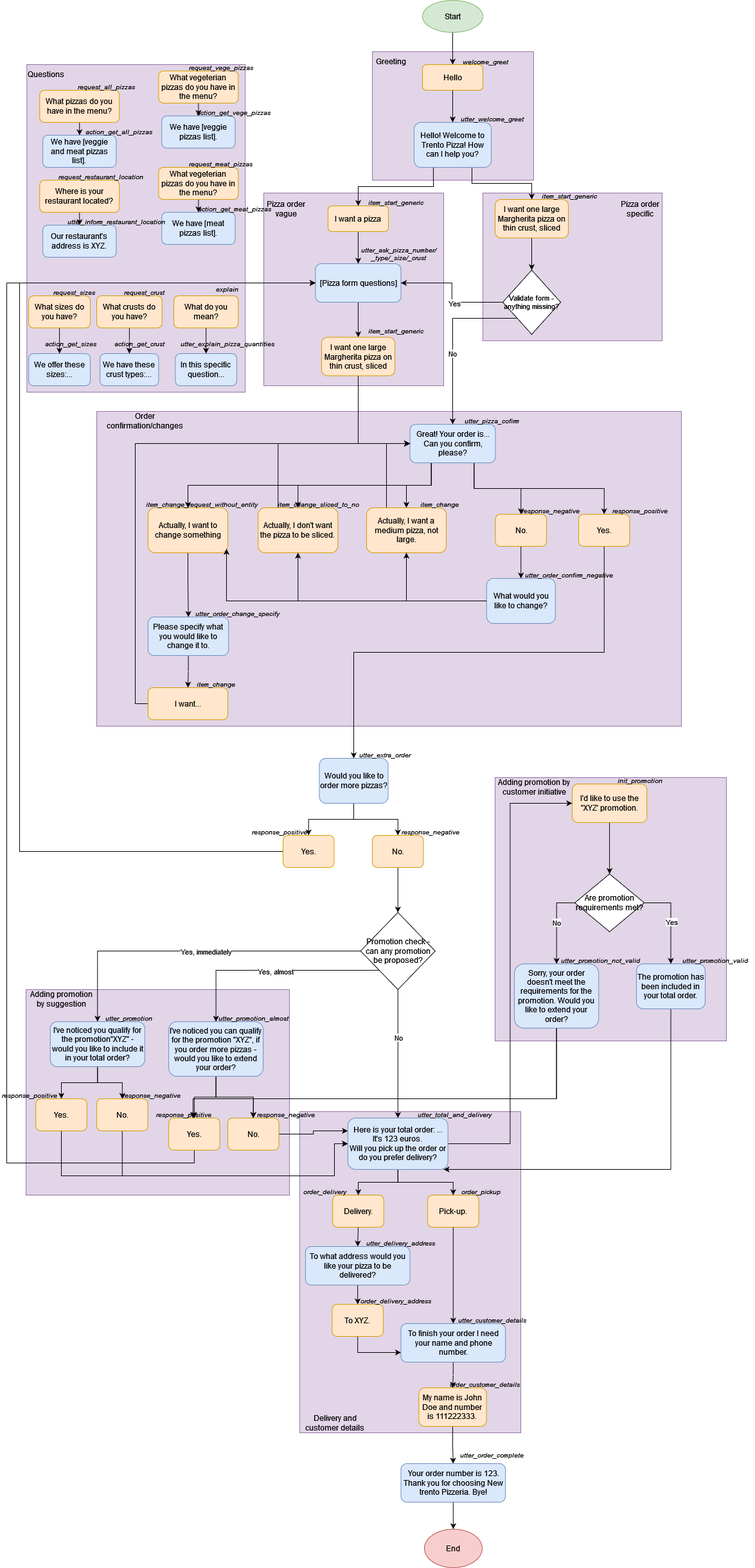
The draw.io diagram HMD-pizza-flow.png in pasterzewa/HMD-PizzaBot-project, before a commit. Source tidied: cells renumbered, new cells last; positions are measured from the earlier drawing's top-left corner, leaving out a move shared by most shapes.
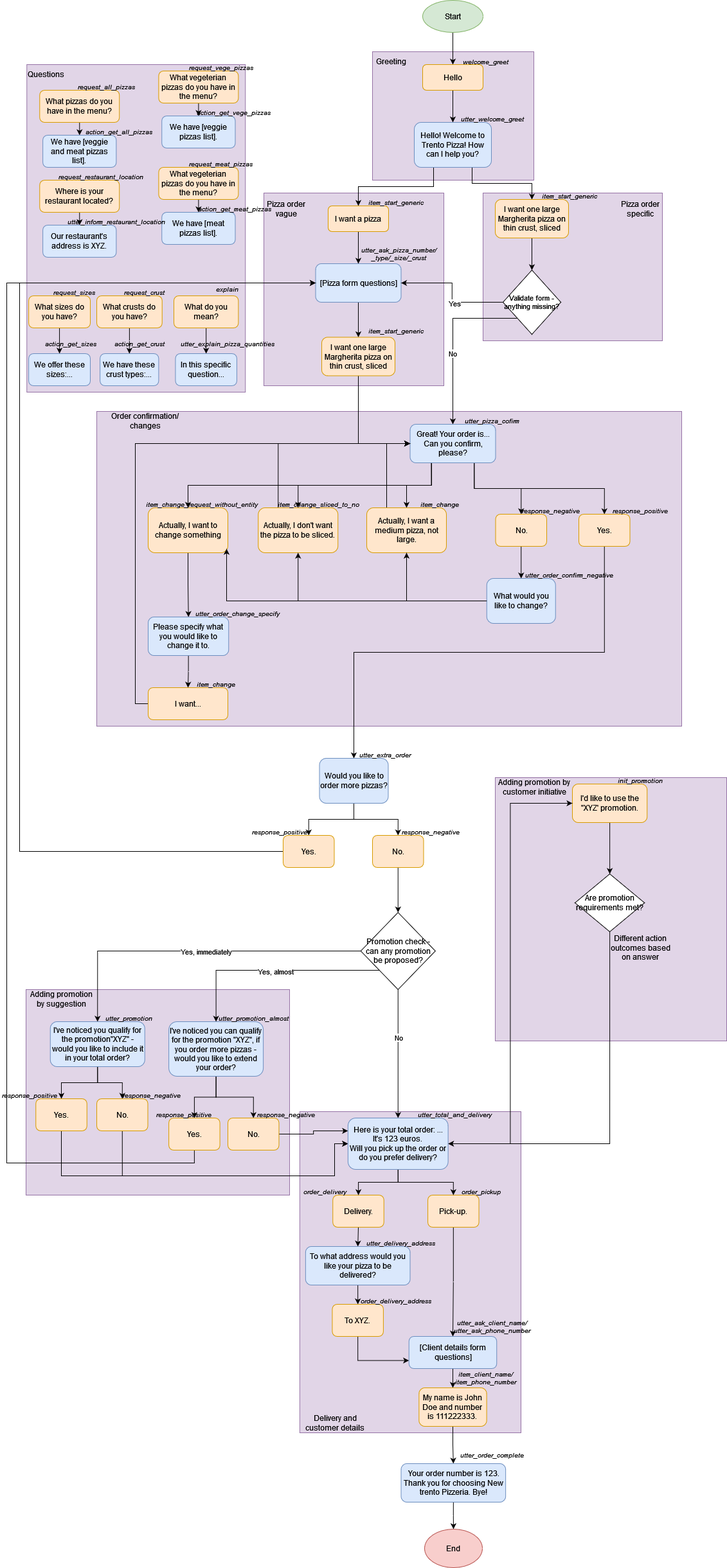
Above is the later version.

The edit, as a diff of the source:
```diff
@@ -360,50 +360,12 @@
     <mxCell id="112" value="I'd like to use the &quot;XYZ' promotion." style="rounded=1;whiteSpace=wrap;html=1;fillColor=#ffe6cc;strokeColor=#d79b00;" parent="1" vertex="1">
       <mxGeometry x="890" y="1220" width="116.2" height="60" as="geometry" />
     </mxCell>
-    <mxCell id="113" style="edgeStyle=orthogonalEdgeStyle;rounded=0;jettySize=auto;html=1;exitX=0;exitY=0.5;exitDx=0;exitDy=0;" parent="1" edge="1" source="117" target="121">
-      <mxGeometry relative="1" as="geometry" />
-    </mxCell>
-    <mxCell id="114" value="No" style="edgeLabel;html=1;align=center;verticalAlign=middle;" parent="113" vertex="1">
-      <mxGeometry x="-0.04" relative="1" as="geometry" />
-    </mxCell>
-    <mxCell id="115" style="edgeStyle=orthogonalEdgeStyle;rounded=0;jettySize=auto;html=1;exitX=1;exitY=0.5;exitDx=0;exitDy=0;entryX=0.5;entryY=0;entryDx=0;entryDy=0;" parent="1" edge="1" source="117" target="119">
-      <mxGeometry relative="1" as="geometry" />
-    </mxCell>
-    <mxCell id="116" value="Yes" style="edgeLabel;html=1;align=center;verticalAlign=middle;" parent="115" vertex="1">
-      <mxGeometry x="0.05" y="1" relative="1" as="geometry" />
-    </mxCell>
+    <mxCell id="191" style="edgeStyle=orthogonalEdgeStyle;rounded=0;jettySize=auto;html=1;exitX=0.5;exitY=1;exitDx=0;exitDy=0;entryX=1;entryY=0.5;entryDx=0;entryDy=0;" parent="1" edge="1" source="117" target="136">
+      <mxGeometry relative="1" as="geometry" />
+    </mxCell>
     <mxCell id="117" value="Are promotion requirements met?" style="rhombus;whiteSpace=wrap;html=1;" parent="1" vertex="1">
       <mxGeometry x="894.1" y="1360" width="108.1" height="90" as="geometry" />
     </mxCell>
-    <mxCell id="118" style="edgeStyle=orthogonalEdgeStyle;rounded=0;jettySize=auto;html=1;exitX=0.5;exitY=1;exitDx=0;exitDy=0;entryX=0.957;entryY=1;entryDx=0;entryDy=0;entryPerimeter=0;" parent="1" edge="1" source="119" target="136">
-      <mxGeometry relative="1" as="geometry">
-        <Array as="points">
-          <mxPoint x="1044" y="1820" />
-        </Array>
-      </mxGeometry>
-    </mxCell>
-    <mxCell id="119" value="The promotion has been included in your total order." style="rounded=1;whiteSpace=wrap;html=1;fillColor=#dae8fc;strokeColor=#6c8ebf;" parent="1" vertex="1">
-      <mxGeometry x="990" y="1500" width="107" height="70" as="geometry" />
-    </mxCell>
-    <mxCell id="120" style="edgeStyle=orthogonalEdgeStyle;rounded=0;jettySize=auto;html=1;exitX=0.5;exitY=1;exitDx=0;exitDy=0;entryX=0.5;entryY=0;entryDx=0;entryDy=0;" parent="1" edge="1" source="121" target="108">
-      <mxGeometry relative="1" as="geometry">
-        <Array as="points">
-          <mxPoint x="866" y="1710" />
-          <mxPoint x="394" y="1710" />
-        </Array>
-      </mxGeometry>
-    </mxCell>
-    <mxCell id="121" value="Sorry, your order doesn't meet the requirements for the promotion. Would you like to extend your order?" style="rounded=1;whiteSpace=wrap;html=1;fillColor=#dae8fc;strokeColor=#6c8ebf;" parent="1" vertex="1">
-      <mxGeometry x="800" y="1500" width="131.2" height="100" as="geometry" />
-    </mxCell>
-    <mxCell id="122" style="edgeStyle=orthogonalEdgeStyle;rounded=0;jettySize=auto;html=1;exitX=0.5;exitY=1;exitDx=0;exitDy=0;entryX=0.658;entryY=0.667;entryDx=0;entryDy=0;entryPerimeter=0;" parent="1" edge="1" source="121" target="109">
-      <mxGeometry relative="1" as="geometry">
-        <Array as="points">
-          <mxPoint x="866" y="1710" />
-          <mxPoint x="300" y="1710" />
-        </Array>
-      </mxGeometry>
-    </mxCell>
     <mxCell id="123" style="edgeStyle=orthogonalEdgeStyle;rounded=0;jettySize=auto;html=1;exitX=0.5;exitY=1;exitDx=0;exitDy=0;entryX=0.5;entryY=0;entryDx=0;entryDy=0;" parent="1" edge="1" source="124" target="128">
       <mxGeometry relative="1" as="geometry" />
     </mxCell>
@@ -431,8 +393,8 @@
     <mxCell id="131" style="edgeStyle=orthogonalEdgeStyle;rounded=0;jettySize=auto;html=1;exitX=0.5;exitY=1;exitDx=0;exitDy=0;entryX=0.5;entryY=0;entryDx=0;entryDy=0;" parent="1" edge="1" source="132" target="138">
       <mxGeometry relative="1" as="geometry" />
     </mxCell>
-    <mxCell id="132" value="To finish your order I need your name and phone number. " style="rounded=1;whiteSpace=wrap;html=1;fillColor=#dae8fc;strokeColor=#6c8ebf;" parent="1" vertex="1">
-      <mxGeometry x="623.5" y="2060" width="162.6" height="60" as="geometry" />
+    <mxCell id="132" value="[Client details form questions]" style="rounded=1;whiteSpace=wrap;html=1;fillColor=#dae8fc;strokeColor=#6c8ebf;" parent="1" vertex="1">
+      <mxGeometry x="635.7" y="2080" width="136.5" height="50" as="geometry" />
     </mxCell>
     <mxCell id="133" style="edgeStyle=orthogonalEdgeStyle;rounded=0;jettySize=auto;html=1;exitX=1;exitY=0.5;exitDx=0;exitDy=0;entryX=0;entryY=0.5;entryDx=0;entryDy=0;" parent="1" edge="1" source="136" target="112">
       <mxGeometry relative="1" as="geometry" />
@@ -464,20 +426,14 @@
     <mxCell id="142" value="init_prormotion" style="text;html=1;strokeColor=none;fillColor=none;align=center;verticalAlign=middle;whiteSpace=wrap;rounded=0;fontSize=10;fontStyle=2;" parent="1" vertex="1">
       <mxGeometry x="950" y="1200" width="91.2" height="30" as="geometry" />
     </mxCell>
-    <mxCell id="143" value="utter_promotion_not_valid" style="text;html=1;strokeColor=none;fillColor=none;align=center;verticalAlign=middle;whiteSpace=wrap;rounded=0;fontSize=10;fontStyle=2;" parent="1" vertex="1">
-      <mxGeometry x="872" y="1480" width="125" height="30" as="geometry" />
-    </mxCell>
-    <mxCell id="144" value="utter_promotion_valid" style="text;html=1;strokeColor=none;fillColor=none;align=center;verticalAlign=middle;whiteSpace=wrap;rounded=0;fontSize=10;fontStyle=2;" parent="1" vertex="1">
-      <mxGeometry x="1050" y="1480" width="125" height="30" as="geometry" />
-    </mxCell>
     <mxCell id="145" value="utter_total_and_delivery" style="text;html=1;strokeColor=none;fillColor=none;align=center;verticalAlign=middle;whiteSpace=wrap;rounded=0;fontSize=10;fontStyle=2;" parent="1" vertex="1">
       <mxGeometry x="645" y="1720" width="125" height="30" as="geometry" />
     </mxCell>
     <mxCell id="146" value="utter_delivery_address" style="text;html=1;strokeColor=none;fillColor=none;align=center;verticalAlign=middle;whiteSpace=wrap;rounded=0;fontSize=10;fontStyle=2;" parent="1" vertex="1">
       <mxGeometry x="560.8" y="1920" width="125" height="30" as="geometry" />
     </mxCell>
-    <mxCell id="147" value="utter_customer_details" style="text;html=1;strokeColor=none;fillColor=none;align=center;verticalAlign=middle;whiteSpace=wrap;rounded=0;fontSize=10;fontStyle=2;" parent="1" vertex="1">
-      <mxGeometry x="703.1" y="2040" width="125" height="30" as="geometry" />
+    <mxCell id="147" value="&lt;div&gt;utter_ask_client_name/utter_ask_phone_number&lt;/div&gt;" style="text;html=1;strokeColor=none;fillColor=none;align=center;verticalAlign=middle;whiteSpace=wrap;rounded=0;fontSize=10;fontStyle=2;" parent="1" vertex="1">
+      <mxGeometry x="703.1" y="2050" width="125" height="30" as="geometry" />
     </mxCell>
     <mxCell id="148" value="utter_order_complete" style="text;html=1;strokeColor=none;fillColor=none;align=center;verticalAlign=middle;whiteSpace=wrap;rounded=0;fontSize=10;fontStyle=2;" parent="1" vertex="1">
       <mxGeometry x="703.1" y="2250" width="125" height="30" as="geometry" />
@@ -491,8 +447,8 @@
     <mxCell id="151" value="order_delivery_address" style="text;html=1;strokeColor=none;fillColor=none;align=center;verticalAlign=middle;whiteSpace=wrap;rounded=0;fontSize=10;fontStyle=2;" parent="1" vertex="1">
       <mxGeometry x="570" y="2010" width="91.2" height="30" as="geometry" />
     </mxCell>
-    <mxCell id="152" value="order_customer_details" style="text;html=1;strokeColor=none;fillColor=none;align=center;verticalAlign=middle;whiteSpace=wrap;rounded=0;fontSize=10;fontStyle=2;" parent="1" vertex="1">
-      <mxGeometry x="708.8" y="2140" width="91.2" height="30" as="geometry" />
+    <mxCell id="152" value="item_client_name/item_phone_number" style="text;html=1;strokeColor=none;fillColor=none;align=center;verticalAlign=middle;whiteSpace=wrap;rounded=0;fontSize=10;fontStyle=2;" parent="1" vertex="1">
+      <mxGeometry x="710" y="2130" width="91.2" height="30" as="geometry" />
     </mxCell>
     <mxCell id="153" style="edgeStyle=orthogonalEdgeStyle;rounded=0;jettySize=auto;html=1;exitX=0.5;exitY=1;exitDx=0;exitDy=0;entryX=0.5;entryY=0;entryDx=0;entryDy=0;" parent="1" edge="1" source="154" target="157">
       <mxGeometry relative="1" as="geometry" />
@@ -608,5 +564,8 @@
     <mxCell id="190" value="action_get_sizes" style="text;html=1;strokeColor=none;fillColor=none;align=center;verticalAlign=middle;whiteSpace=wrap;rounded=0;fontSize=10;fontStyle=2;" parent="1" vertex="1">
       <mxGeometry x="63.9" y="520" width="91.2" height="30" as="geometry" />
     </mxCell>
+    <mxCell id="192" value="Different action outcomes based on answer" style="text;html=1;strokeColor=none;fillColor=none;align=center;verticalAlign=middle;whiteSpace=wrap;rounded=0;" parent="1" vertex="1">
+      <mxGeometry x="940.6" y="1460" width="110" height="30" as="geometry" />
+    </mxCell>
   </root>
 </mxGraphModel>
```
